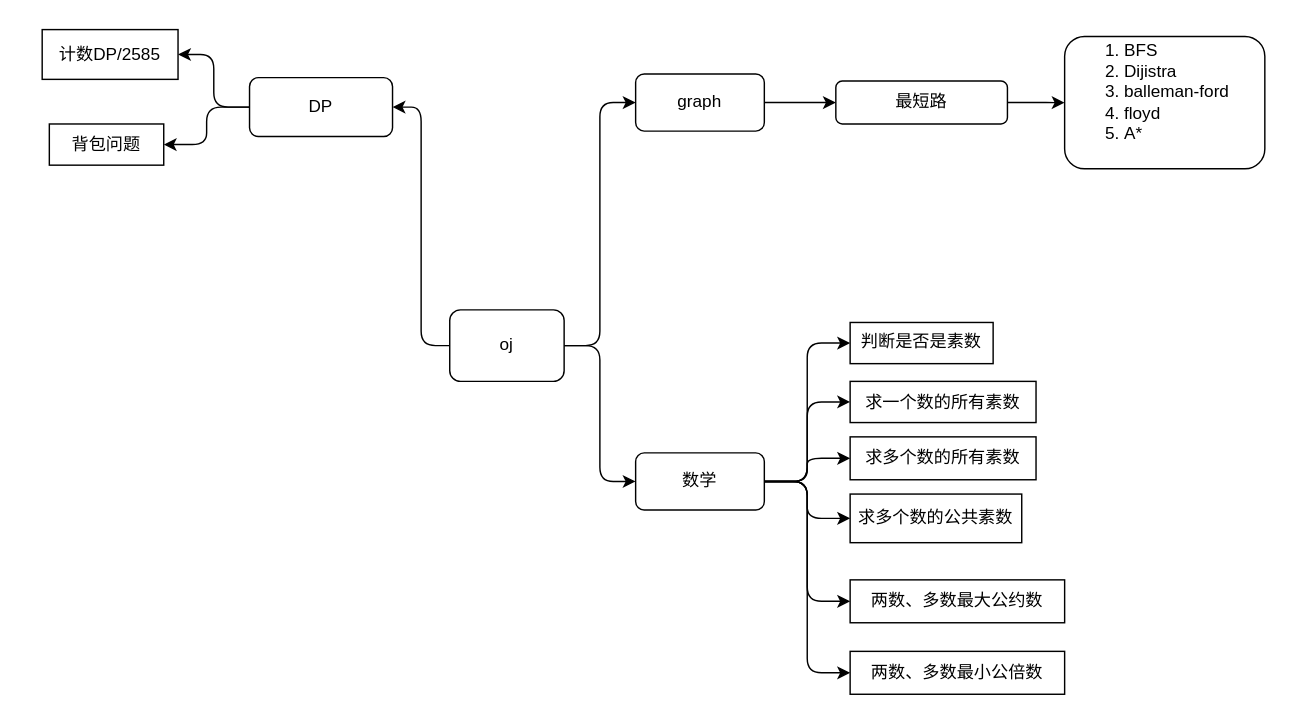
This is diagrams/leetcode.drawio from wxquare/wxquare.github.io, a draw.io file, before an edit. Source tidied: cells renumbered, new cells numbered last; positions are measured from the earlier drawing's top-left corner, leaving out a move shared by most shapes. Both pictures are drawn from the tidied source at 143%, with x=0, y=0 at pixel (41, 29).
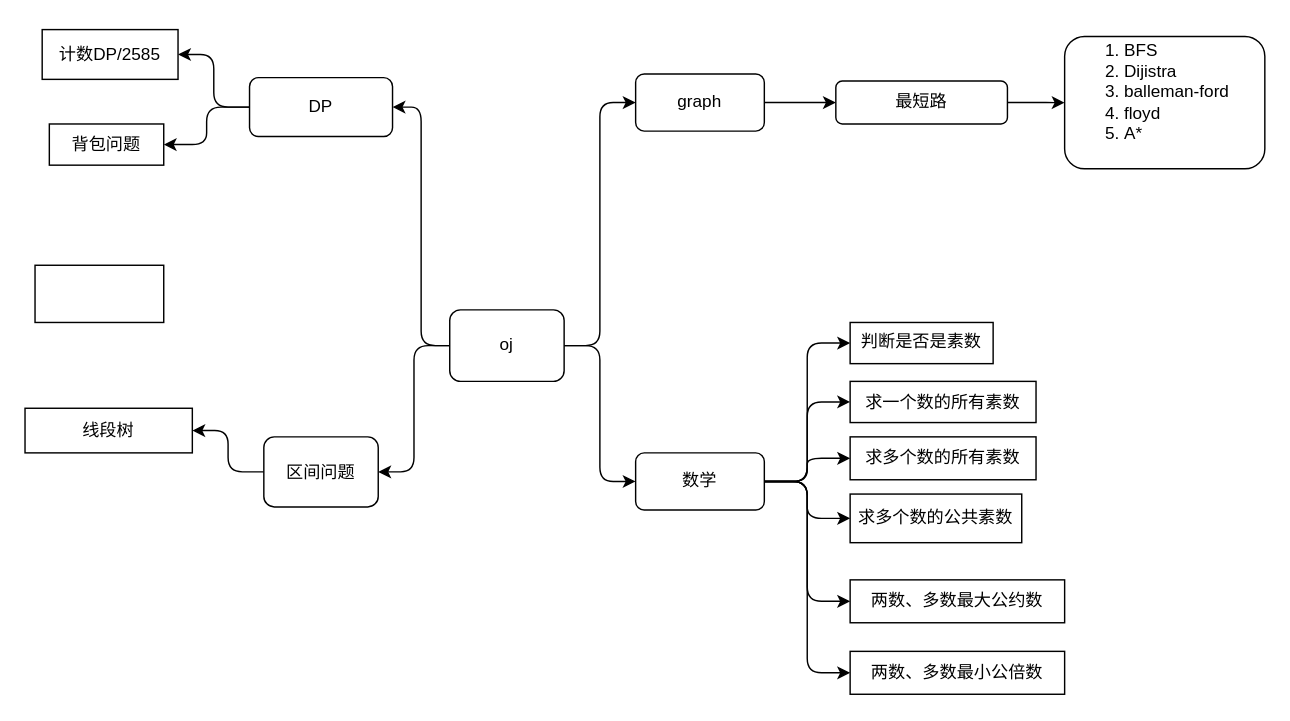
The same diagram, later.

Unchanged cells that the change refers to:
```xml
<mxCell id="5" value="oj" style="rounded=1;whiteSpace=wrap;html=1;" parent="1" vertex="1">
  <mxGeometry x="285" y="196.2" width="80" height="50" as="geometry" />
</mxCell>
```

Change to the diagram source:
```diff
@@
+    <mxCell id="29" style="edgeStyle=orthogonalEdgeStyle;rounded=1;jettySize=auto;html=1;exitX=0;exitY=0.5;exitDx=0;exitDy=0;entryX=1;entryY=0.5;entryDx=0;entryDy=0;" parent="1" edge="1" source="5" target="31">
+      <mxGeometry relative="1" as="geometry" />
+    </mxCell>
@@
+    <mxCell id="30" style="edgeStyle=orthogonalEdgeStyle;rounded=1;jettySize=auto;html=1;exitX=0;exitY=0.5;exitDx=0;exitDy=0;" parent="1" edge="1" source="31" target="32">
+      <mxGeometry relative="1" as="geometry" />
+    </mxCell>
+    <mxCell id="31" value="区间问题" style="rounded=1;whiteSpace=wrap;html=1;" parent="1" vertex="1">
+      <mxGeometry x="155" y="285" width="80" height="49" as="geometry" />
+    </mxCell>
+    <mxCell id="32" value="线段树" style="rounded=0;whiteSpace=wrap;html=1;" parent="1" vertex="1">
+      <mxGeometry x="-12" y="265" width="117" height="31.2" as="geometry" />
+    </mxCell>
+    <mxCell id="33" style="rounded=0;whiteSpace=wrap;html=1;" parent="1" vertex="1">
+      <mxGeometry x="-5" y="165" width="90" height="40" as="geometry" />
+    </mxCell>
```
